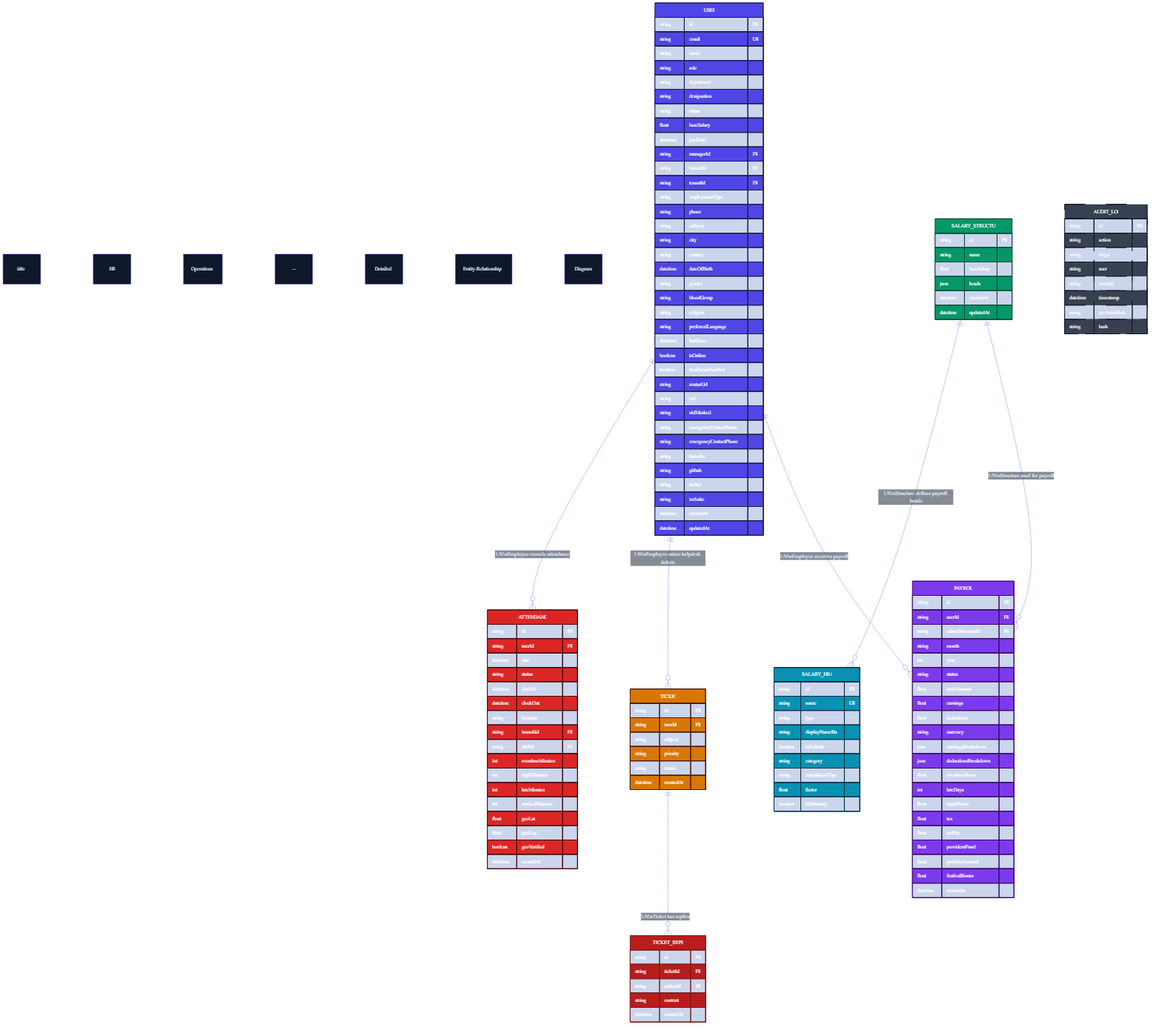
The Mermaid diagram docs/fig4_1b_erd_hr_operations.png in NazmulHasanNihal/employee_management_system, before a commit. Its source is kept beside it as docs/fig4_1b_erd_hr_operations.mmd. The source it was exported from:
```mermaid
erDiagram
    title HR Operations — Entity-Relationship Diagram

    Employee {
        int employee_id PK "Unique identifier"
        string first_name "Employee given name"
        string last_name "Employee family name"
        string email "Corporate email address"
        string department "Organizational unit"
        date hire_date "Employment start date"
        string job_title "Official designation"
        string status "Active / Inactive"
    }

    AttendanceLog {
        int attendance_id PK "Unique log identifier"
        int employee_id FK "References Employee"
        date attendance_date "Date of record"
        time clock_in "Shift start time"
        time clock_out "Shift end time"
        string attendance_status "Present / Absent / Late"
        string remarks "Optional notes"
    }

    PayrollStructure {
        int structure_id PK "Unique structure identifier"
        string structure_name "Payroll cycle name"
        string description "Purpose and scope"
        date effective_date "Activation date"
        date end_date "Termination date"
        string status "Active / Archived"
    }

    PayrollHead {
        int head_id PK "Unique head identifier"
        int structure_id FK "References PayrollStructure"
        string head_name "Earnings or deductions"
        string head_type "Earning / Deduction / Contribution"
        decimal amount_or_percentage "Fixed value or rate"
        string calculation_method "Formula or flat rate"
        int display_order "UI ordering priority"
    }

    HelpdeskTicket {
        int ticket_id PK "Unique ticket identifier"
        int employee_id FK "References Employee"
        string subject "Brief issue title"
        string description "Detailed problem description"
        string priority "Low / Medium / High / Critical"
        string status "Open / In Progress / Resolved / Closed"
        datetime created_at "Ticket creation timestamp"
        datetime resolved_at "Resolution timestamp"
    }

    AuditLog {
        int log_id PK "Sequential log identifier"
        string table_name "Affected table"
        string record_id "Affected record ID"
        string operation "INSERT / UPDATE / DELETE"
        string old_values "Previous state"
        string new_values "Updated state"
        int changed_by "User ID performing action"
        datetime changed_at "Action timestamp"
    }

    Employee ||--o{ AttendanceLog : "1:N\nEmployee records attendance"
    Employee ||--o{ HelpdeskTicket : "1:N\nEmployee submits tickets"
    PayrollStructure ||--o{ PayrollHead : "1:N\nStructure defines payroll heads"

    classDef employeeClass fill:#4F46E5,stroke:#1E1B4B,stroke-width:2px,color:#FFFFFF
    classDef attendanceClass fill:#DC2626,stroke:#991B1B,stroke-width:2px,color:#FFFFFF
    classDef payrollStructClass fill:#059669,stroke:#064E3B,stroke-width:2px,color:#FFFFFF
    classDef payrollHeadClass fill:#0891B2,stroke:#164E63,stroke-width:2px,color:#FFFFFF
    classDef helpdeskClass fill:#D97706,stroke:#92400E,stroke-width:2px,color:#FFFFFF
    classDef auditClass fill:#374151,stroke:#111827,stroke-width:2px,color:#F9FAFB,stroke-dasharray:5 5

    class Employee employeeClass
    class AttendanceLog attendanceClass
    class PayrollStructure payrollStructClass
    class PayrollHead payrollHeadClass
    class HelpdeskTicket helpdeskClass
    class AuditLog auditClass
```
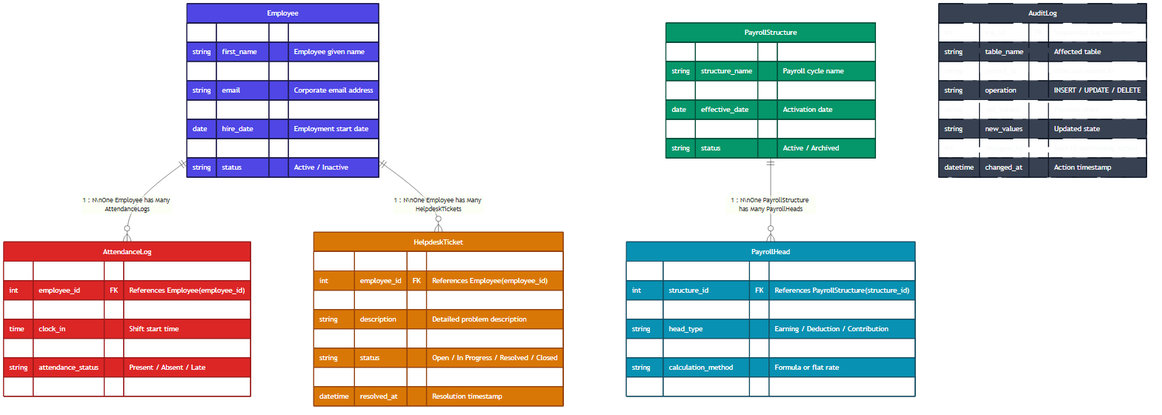
After the commit.

The edit, as a diff of the source:
```diff
@@ -1,5 +1,4 @@
 erDiagram
-    title HR Operations — Entity-Relationship Diagram
 
     Employee {
         int employee_id PK "Unique identifier"
@@ -14,7 +13,7 @@
 
     AttendanceLog {
         int attendance_id PK "Unique log identifier"
-        int employee_id FK "References Employee"
+        int employee_id FK "References Employee(employee_id)"
         date attendance_date "Date of record"
         time clock_in "Shift start time"
         time clock_out "Shift end time"
@@ -33,7 +32,7 @@
 
     PayrollHead {
         int head_id PK "Unique head identifier"
-        int structure_id FK "References PayrollStructure"
+        int structure_id FK "References PayrollStructure(structure_id)"
         string head_name "Earnings or deductions"
         string head_type "Earning / Deduction / Contribution"
         decimal amount_or_percentage "Fixed value or rate"
@@ -43,7 +42,7 @@
 
     HelpdeskTicket {
         int ticket_id PK "Unique ticket identifier"
-        int employee_id FK "References Employee"
+        int employee_id FK "References Employee(employee_id)"
         string subject "Brief issue title"
         string description "Detailed problem description"
         string priority "Low / Medium / High / Critical"
@@ -63,20 +62,20 @@
         datetime changed_at "Action timestamp"
     }
 
-    Employee ||--o{ AttendanceLog : "1:N\nEmployee records attendance"
-    Employee ||--o{ HelpdeskTicket : "1:N\nEmployee submits tickets"
-    PayrollStructure ||--o{ PayrollHead : "1:N\nStructure defines payroll heads"
+    Employee ||--o{ AttendanceLog : "1 : N\nOne Employee has Many AttendanceLogs"
+    Employee ||--o{ HelpdeskTicket : "1 : N\nOne Employee has Many HelpdeskTickets"
+    PayrollStructure ||--o{ PayrollHead : "1 : N\nOne PayrollStructure has Many PayrollHeads"
 
-    classDef employeeClass fill:#4F46E5,stroke:#1E1B4B,stroke-width:2px,color:#FFFFFF
-    classDef attendanceClass fill:#DC2626,stroke:#991B1B,stroke-width:2px,color:#FFFFFF
-    classDef payrollStructClass fill:#059669,stroke:#064E3B,stroke-width:2px,color:#FFFFFF
-    classDef payrollHeadClass fill:#0891B2,stroke:#164E63,stroke-width:2px,color:#FFFFFF
-    classDef helpdeskClass fill:#D97706,stroke:#92400E,stroke-width:2px,color:#FFFFFF
-    classDef auditClass fill:#374151,stroke:#111827,stroke-width:2px,color:#F9FAFB,stroke-dasharray:5 5
+    classDef employeeStyle fill:#4F46E5,stroke:#1E1B4B,stroke-width:2px,color:#FFFFFF
+    classDef attendanceStyle fill:#DC2626,stroke:#991B1B,stroke-width:2px,color:#FFFFFF
+    classDef payrollStructStyle fill:#059669,stroke:#064E3B,stroke-width:2px,color:#FFFFFF
+    classDef payrollHeadStyle fill:#0891B2,stroke:#164E63,stroke-width:2px,color:#FFFFFF
+    classDef helpdeskStyle fill:#D97706,stroke:#92400E,stroke-width:2px,color:#FFFFFF
+    classDef auditStyle fill:#374151,stroke:#111827,stroke-width:2px,color:#F9FAFB,stroke-dasharray:5 5
 
-    class Employee employeeClass
-    class AttendanceLog attendanceClass
-    class PayrollStructure payrollStructClass
-    class PayrollHead payrollHeadClass
-    class HelpdeskTicket helpdeskClass
-    class AuditLog auditClass
+    class Employee employeeStyle
+    class AttendanceLog attendanceStyle
+    class PayrollStructure payrollStructStyle
+    class PayrollHead payrollHeadStyle
+    class HelpdeskTicket helpdeskStyle
+    class AuditLog auditStyle
```
